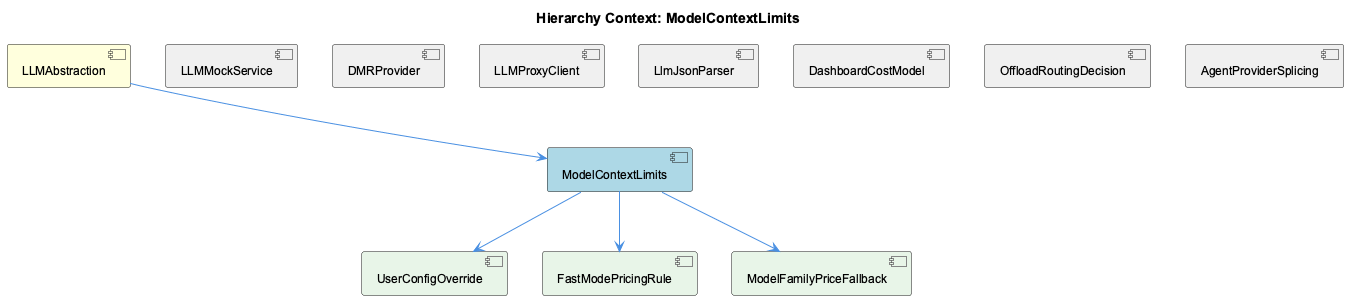
Above: knowledge-management/insights/images/model-context-limits-relationship.png in fwornle/coding (PlantUML), before the change.
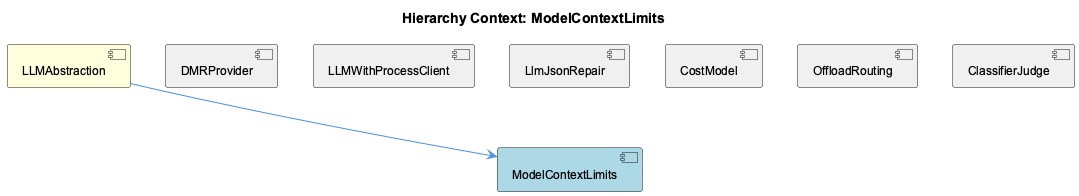
Later version of the same file.

What changed in the source:
```diff
@@ -5,27 +5,19 @@
 
 [LLMAbstraction] as llmabstraction #FFFFDD
 [ModelContextLimits] as model_context_limits #LightBlue
-[LLMMockService] as llmmock_service #F0F0F0
 [DMRProvider] as dmrprovider #F0F0F0
-[LLMProxyClient] as llmproxy_client #F0F0F0
-[LlmJsonParser] as llm_json_parser #F0F0F0
-[DashboardCostModel] as dashboard_cost_model #F0F0F0
-[OffloadRoutingDecision] as offload_routing_decision #F0F0F0
-[AgentProviderSplicing] as agent_provider_splicing #F0F0F0
-[UserConfigOverride] as user_config_override #E8F5E8
-[FastModePricingRule] as fast_mode_pricing_rule #E8F5E8
-[ModelFamilyPriceFallback] as model_family_price_fallback #E8F5E8
+[LLMWithProcessClient] as llmwith_process_client #F0F0F0
+[LlmJsonRepair] as llm_json_repair #F0F0F0
+[CostModel] as cost_model #F0F0F0
+[OffloadRouting] as offload_routing #F0F0F0
+[ClassifierJudge] as classifier_judge #F0F0F0
 
 llmabstraction --> model_context_limits
-llmmock_service -[hidden]- model_context_limits
 dmrprovider -[hidden]- model_context_limits
-llmproxy_client -[hidden]- model_context_limits
-llm_json_parser -[hidden]- model_context_limits
-dashboard_cost_model -[hidden]- model_context_limits
-offload_routing_decision -[hidden]- model_context_limits
-agent_provider_splicing -[hidden]- model_context_limits
-model_context_limits --> user_config_override
-model_context_limits --> fast_mode_pricing_rule
-model_context_limits --> model_family_price_fallback
+llmwith_process_client -[hidden]- model_context_limits
+llm_json_repair -[hidden]- model_context_limits
+cost_model -[hidden]- model_context_limits
+offload_routing -[hidden]- model_context_limits
+classifier_judge -[hidden]- model_context_limits
 
 @enduml
```
